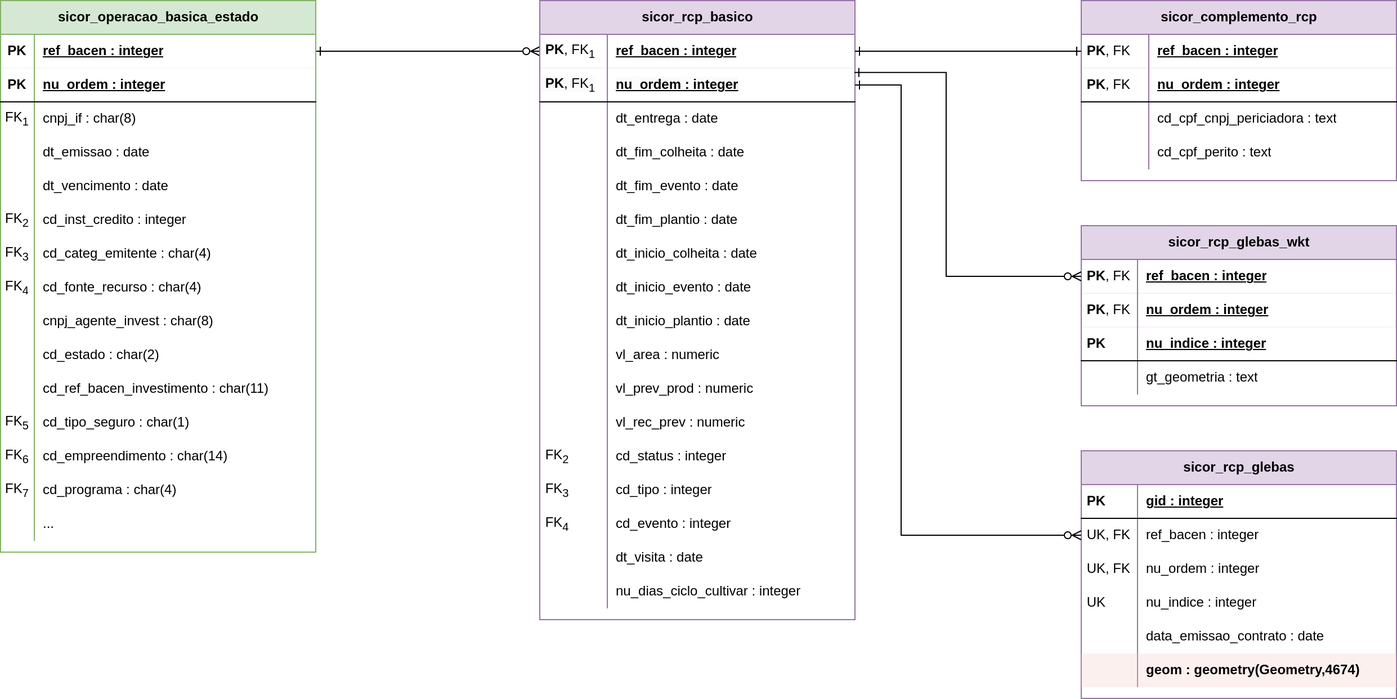
Above: _images/er-rcp.png in geo-credito-rural/geo-credito-rural.github.io (draw.io), before the change. Source tidied: cells renumbered, new cells last; positions are measured from the earlier drawing's top-left corner, leaving out a move shared by most shapes.
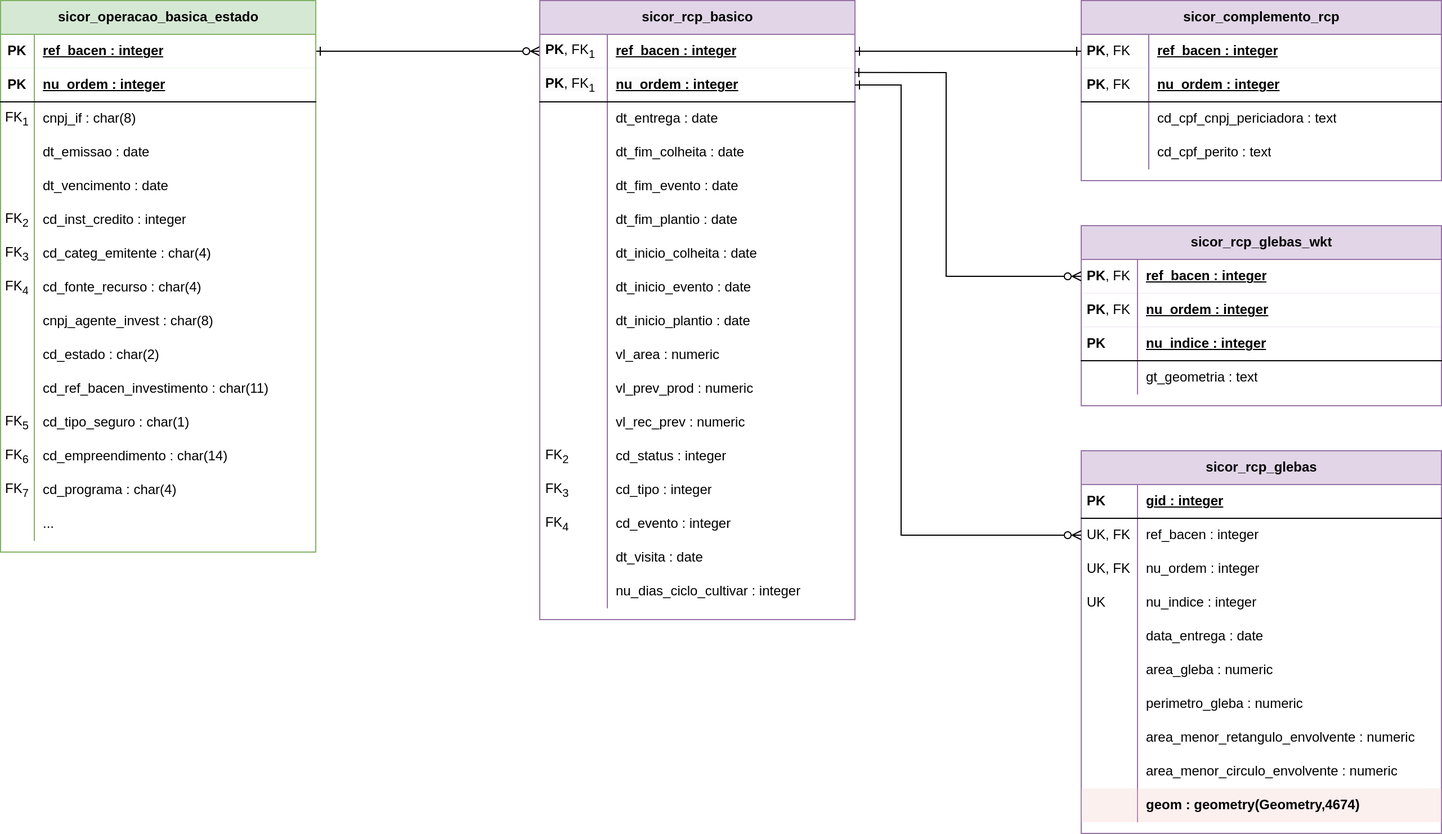
Above is the later version.

Diff of the diagram source:
```diff
@@ -302,6 +302,6 @@
     <mxCell id="101" value="sicor_complemento_rcp" style="shape=table;startSize=30;rowLines=0;fontStyle=1;align=center;html=1;fillColor=#e1d5e7;strokeColor=#9673a6;" parent="1" vertex="1">
-      <mxGeometry x="960" width="280" height="160" as="geometry" />
+      <mxGeometry x="960" width="320" height="160" as="geometry" />
     </mxCell>
     <mxCell id="102" style="shape=tableRow;horizontal=0;startSize=0;swimlaneHead=0;swimlaneBody=0;fillColor=none;points=[[0,0.5],[1,0.5]];portConstraint=eastwest;top=0;left=0;right=0;bottom=1;strokeColor=inherit;strokeWidth=0;" parent="101" vertex="1">
-      <mxGeometry y="30" width="280" height="30" as="geometry" />
+      <mxGeometry y="30" width="320" height="30" as="geometry" />
     </mxCell>
@@ -311,6 +311,6 @@
     <mxCell id="104" value="ref_bacen : integer" style="shape=partialRectangle;fillColor=none;top=0;left=0;bottom=0;right=0;align=left;spacingLeft=6;fontStyle=5;overflow=hidden;whiteSpace=wrap;html=1;strokeColor=inherit;" parent="102" vertex="1">
-      <mxGeometry x="60" width="220" height="30" as="geometry" />
+      <mxGeometry x="60" width="260" height="30" as="geometry" />
     </mxCell>
     <mxCell id="105" style="shape=tableRow;horizontal=0;startSize=0;swimlaneHead=0;swimlaneBody=0;fillColor=none;top=0;left=0;right=0;bottom=1;strokeColor=default;strokeWidth=1;" parent="101" vertex="1">
-      <mxGeometry y="60" width="280" height="30" as="geometry" />
+      <mxGeometry y="60" width="320" height="30" as="geometry" />
     </mxCell>
@@ -320,6 +320,6 @@
     <mxCell id="107" value="nu_ordem : integer" style="shape=partialRectangle;fillColor=none;top=0;left=0;bottom=0;right=0;align=left;spacingLeft=6;fontStyle=5;overflow=hidden;whiteSpace=wrap;html=1;" parent="105" vertex="1">
-      <mxGeometry x="60" width="220" height="30" as="geometry" />
+      <mxGeometry x="60" width="260" height="30" as="geometry" />
     </mxCell>
     <mxCell id="108" style="shape=tableRow;horizontal=0;startSize=0;swimlaneHead=0;swimlaneBody=0;fillColor=none;top=0;left=0;right=0;bottom=0;" parent="101" vertex="1">
-      <mxGeometry y="90" width="280" height="30" as="geometry" />
+      <mxGeometry y="90" width="320" height="30" as="geometry" />
     </mxCell>
@@ -329,6 +329,6 @@
     <mxCell id="110" value="cd_cpf_cnpj_periciadora :&amp;nbsp;&lt;span style=&quot;background-color: initial;&quot;&gt;text&lt;/span&gt;" style="shape=partialRectangle;fillColor=none;top=0;left=0;bottom=0;right=0;align=left;spacingLeft=6;overflow=hidden;whiteSpace=wrap;html=1;" parent="108" vertex="1">
-      <mxGeometry x="60" width="220" height="30" as="geometry" />
+      <mxGeometry x="60" width="260" height="30" as="geometry" />
     </mxCell>
     <mxCell id="111" style="shape=tableRow;horizontal=0;startSize=0;swimlaneHead=0;swimlaneBody=0;fillColor=none;top=0;left=0;right=0;bottom=0;" parent="101" vertex="1">
-      <mxGeometry y="120" width="280" height="30" as="geometry" />
+      <mxGeometry y="120" width="320" height="30" as="geometry" />
     </mxCell>
@@ -338,3 +338,3 @@
     <mxCell id="113" value="cd_cpf_perito :&amp;nbsp;&lt;span style=&quot;background-color: initial;&quot;&gt;text&lt;/span&gt;" style="shape=partialRectangle;fillColor=none;top=0;left=0;bottom=0;right=0;align=left;spacingLeft=6;overflow=hidden;whiteSpace=wrap;html=1;" parent="111" vertex="1">
-      <mxGeometry x="60" width="220" height="30" as="geometry" />
+      <mxGeometry x="60" width="260" height="30" as="geometry" />
     </mxCell>
@@ -349,6 +349,6 @@
     <mxCell id="115" value="sicor_rcp_glebas_wkt" style="shape=table;startSize=30;rowLines=0;fontStyle=1;align=center;html=1;fillColor=#e1d5e7;strokeColor=#9673a6;" parent="1" vertex="1">
-      <mxGeometry x="960" y="200" width="280" height="160" as="geometry" />
+      <mxGeometry x="960" y="200" width="320" height="160" as="geometry" />
     </mxCell>
     <mxCell id="116" style="shape=tableRow;horizontal=0;startSize=0;swimlaneHead=0;swimlaneBody=0;fillColor=none;points=[[0,0.5],[1,0.5]];portConstraint=eastwest;top=0;left=0;right=0;bottom=1;strokeColor=inherit;strokeWidth=0;" parent="115" vertex="1">
-      <mxGeometry y="30" width="280" height="30" as="geometry" />
+      <mxGeometry y="30" width="320" height="30" as="geometry" />
     </mxCell>
@@ -358,6 +358,6 @@
     <mxCell id="118" value="ref_bacen : integer" style="shape=partialRectangle;fillColor=none;top=0;left=0;bottom=0;right=0;align=left;spacingLeft=6;fontStyle=5;overflow=hidden;whiteSpace=wrap;html=1;strokeColor=inherit;" parent="116" vertex="1">
-      <mxGeometry x="50" width="230" height="30" as="geometry" />
+      <mxGeometry x="50" width="270" height="30" as="geometry" />
     </mxCell>
     <mxCell id="119" style="shape=tableRow;horizontal=0;startSize=0;swimlaneHead=0;swimlaneBody=0;fillColor=none;top=0;left=0;right=0;bottom=1;strokeColor=inherit;strokeWidth=0;" parent="115" vertex="1">
-      <mxGeometry y="60" width="280" height="30" as="geometry" />
+      <mxGeometry y="60" width="320" height="30" as="geometry" />
     </mxCell>
@@ -367,6 +367,6 @@
     <mxCell id="121" value="nu_ordem : integer" style="shape=partialRectangle;fillColor=none;top=0;left=0;bottom=0;right=0;align=left;spacingLeft=6;fontStyle=5;overflow=hidden;whiteSpace=wrap;html=1;strokeColor=inherit;" parent="119" vertex="1">
-      <mxGeometry x="50" width="230" height="30" as="geometry" />
+      <mxGeometry x="50" width="270" height="30" as="geometry" />
     </mxCell>
     <mxCell id="122" style="shape=tableRow;horizontal=0;startSize=0;swimlaneHead=0;swimlaneBody=0;fillColor=none;top=0;left=0;right=0;bottom=1;strokeColor=default;strokeWidth=1;" parent="115" vertex="1">
-      <mxGeometry y="90" width="280" height="30" as="geometry" />
+      <mxGeometry y="90" width="320" height="30" as="geometry" />
     </mxCell>
@@ -376,6 +376,6 @@
     <mxCell id="124" value="nu_indice : integer" style="shape=partialRectangle;fillColor=none;top=0;left=0;bottom=0;right=0;align=left;spacingLeft=6;fontStyle=5;overflow=hidden;whiteSpace=wrap;html=1;" parent="122" vertex="1">
-      <mxGeometry x="50" width="230" height="30" as="geometry" />
+      <mxGeometry x="50" width="270" height="30" as="geometry" />
     </mxCell>
     <mxCell id="125" style="shape=tableRow;horizontal=0;startSize=0;swimlaneHead=0;swimlaneBody=0;fillColor=none;top=0;left=0;right=0;bottom=0;" parent="115" vertex="1">
-      <mxGeometry y="120" width="280" height="30" as="geometry" />
+      <mxGeometry y="120" width="320" height="30" as="geometry" />
     </mxCell>
@@ -385,9 +385,9 @@
     <mxCell id="127" value="gt_geometria :&amp;nbsp;&lt;span style=&quot;background-color: initial;&quot;&gt;text&lt;/span&gt;" style="shape=partialRectangle;fillColor=none;top=0;left=0;bottom=0;right=0;align=left;spacingLeft=6;overflow=hidden;whiteSpace=wrap;html=1;" parent="125" vertex="1">
-      <mxGeometry x="50" width="230" height="30" as="geometry" />
+      <mxGeometry x="50" width="270" height="30" as="geometry" />
     </mxCell>
     <mxCell id="128" value="sicor_rcp_glebas" style="shape=table;startSize=30;rowLines=0;fontStyle=1;align=center;html=1;fillColor=#e1d5e7;strokeColor=#9673a6;" parent="1" vertex="1">
-      <mxGeometry x="960" y="400" width="280" height="220" as="geometry" />
+      <mxGeometry x="960" y="400" width="320" height="340" as="geometry" />
     </mxCell>
     <mxCell id="129" style="shape=tableRow;horizontal=0;startSize=0;swimlaneHead=0;swimlaneBody=0;fillColor=none;top=0;left=0;right=0;bottom=1;strokeColor=default;strokeWidth=1;" parent="128" vertex="1">
-      <mxGeometry y="30" width="280" height="30" as="geometry" />
+      <mxGeometry y="30" width="320" height="30" as="geometry" />
     </mxCell>
@@ -397,6 +397,6 @@
     <mxCell id="131" value="gid : integer" style="shape=partialRectangle;fillColor=none;top=0;left=0;bottom=0;right=0;align=left;spacingLeft=6;fontStyle=5;overflow=hidden;whiteSpace=wrap;html=1;" parent="129" vertex="1">
-      <mxGeometry x="50" width="230" height="30" as="geometry" />
+      <mxGeometry x="50" width="270" height="30" as="geometry" />
     </mxCell>
     <mxCell id="132" style="shape=tableRow;horizontal=0;startSize=0;swimlaneHead=0;swimlaneBody=0;fillColor=none;points=[[0,0.5],[1,0.5]];portConstraint=eastwest;top=0;left=0;right=0;bottom=0;" parent="128" vertex="1">
-      <mxGeometry y="60" width="280" height="30" as="geometry" />
+      <mxGeometry y="60" width="320" height="30" as="geometry" />
     </mxCell>
@@ -406,6 +406,6 @@
     <mxCell id="134" value="ref_bacen : integer" style="shape=partialRectangle;fillColor=none;top=0;left=0;bottom=0;right=0;align=left;spacingLeft=6;overflow=hidden;whiteSpace=wrap;html=1;" parent="132" vertex="1">
-      <mxGeometry x="50" width="230" height="30" as="geometry" />
+      <mxGeometry x="50" width="270" height="30" as="geometry" />
     </mxCell>
     <mxCell id="135" style="shape=tableRow;horizontal=0;startSize=0;swimlaneHead=0;swimlaneBody=0;fillColor=none;top=0;left=0;right=0;bottom=0;" parent="128" vertex="1">
-      <mxGeometry y="90" width="280" height="30" as="geometry" />
+      <mxGeometry y="90" width="320" height="30" as="geometry" />
     </mxCell>
@@ -415,6 +415,6 @@
     <mxCell id="137" value="nu_ordem : integer" style="shape=partialRectangle;fillColor=none;top=0;left=0;bottom=0;right=0;align=left;spacingLeft=6;overflow=hidden;whiteSpace=wrap;html=1;" parent="135" vertex="1">
-      <mxGeometry x="50" width="230" height="30" as="geometry" />
+      <mxGeometry x="50" width="270" height="30" as="geometry" />
     </mxCell>
     <mxCell id="138" style="shape=tableRow;horizontal=0;startSize=0;swimlaneHead=0;swimlaneBody=0;fillColor=none;top=0;left=0;right=0;bottom=0;" parent="128" vertex="1">
-      <mxGeometry y="120" width="280" height="30" as="geometry" />
+      <mxGeometry y="120" width="320" height="30" as="geometry" />
     </mxCell>
@@ -424,6 +424,6 @@
     <mxCell id="140" value="nu_indice : integer" style="shape=partialRectangle;fillColor=none;top=0;left=0;bottom=0;right=0;align=left;spacingLeft=6;overflow=hidden;whiteSpace=wrap;html=1;" parent="138" vertex="1">
-      <mxGeometry x="50" width="230" height="30" as="geometry" />
+      <mxGeometry x="50" width="270" height="30" as="geometry" />
     </mxCell>
     <mxCell id="141" style="shape=tableRow;horizontal=0;startSize=0;swimlaneHead=0;swimlaneBody=0;fillColor=none;top=0;left=0;right=0;bottom=0;" parent="128" vertex="1">
-      <mxGeometry y="150" width="280" height="30" as="geometry" />
+      <mxGeometry y="150" width="320" height="30" as="geometry" />
     </mxCell>
@@ -432,7 +432,7 @@
     </mxCell>
-    <mxCell id="143" value="data_emissao_contrato :&amp;nbsp;&lt;span style=&quot;background-color: initial;&quot;&gt;date&lt;/span&gt;" style="shape=partialRectangle;fillColor=none;top=0;left=0;bottom=0;right=0;align=left;spacingLeft=6;overflow=hidden;whiteSpace=wrap;html=1;" parent="141" vertex="1">
-      <mxGeometry x="50" width="230" height="30" as="geometry" />
+    <mxCell id="143" value="data_entrega :&amp;nbsp;&lt;span style=&quot;background-color: initial;&quot;&gt;date&lt;/span&gt;" style="shape=partialRectangle;fillColor=none;top=0;left=0;bottom=0;right=0;align=left;spacingLeft=6;overflow=hidden;whiteSpace=wrap;html=1;" parent="141" vertex="1">
+      <mxGeometry x="50" width="270" height="30" as="geometry" />
     </mxCell>
-    <mxCell id="144" style="shape=tableRow;horizontal=0;startSize=0;swimlaneHead=0;swimlaneBody=0;fillColor=#f8cecc;top=0;left=0;right=0;bottom=0;strokeColor=#b85450;opacity=30;" parent="128" vertex="1">
-      <mxGeometry y="180" width="280" height="30" as="geometry" />
+    <mxCell id="144" style="shape=tableRow;horizontal=0;startSize=0;swimlaneHead=0;swimlaneBody=0;fillColor=none;top=0;left=0;right=0;bottom=0;" parent="128" vertex="1">
+      <mxGeometry y="180" width="320" height="30" as="geometry" />
     </mxCell>
@@ -441,21 +441,57 @@
     </mxCell>
-    <mxCell id="146" value="geom :&amp;nbsp;&lt;span style=&quot;background-color: initial;&quot;&gt;geometry(Geometry,4674)&lt;/span&gt;" style="shape=partialRectangle;fillColor=none;top=0;left=0;bottom=0;right=0;align=left;spacingLeft=6;overflow=hidden;whiteSpace=wrap;html=1;fontStyle=1;" parent="144" vertex="1">
-      <mxGeometry x="50" width="230" height="30" as="geometry" />
+    <mxCell id="146" value="area_gleba :&amp;nbsp;&lt;span style=&quot;background-color: initial;&quot;&gt;numeric&lt;/span&gt;" style="shape=partialRectangle;fillColor=none;top=0;left=0;bottom=0;right=0;align=left;spacingLeft=6;overflow=hidden;whiteSpace=wrap;html=1;" parent="144" vertex="1">
+      <mxGeometry x="50" width="270" height="30" as="geometry" />
     </mxCell>
-    <mxCell id="147" style="edgeStyle=orthogonalEdgeStyle;rounded=0;jettySize=auto;html=1;exitX=0.998;exitY=0.13;exitDx=0;exitDy=0;entryX=0;entryY=0.5;entryDx=0;entryDy=0;startArrow=ERone;startFill=0;endArrow=ERzeroToMany;endFill=0;exitPerimeter=0;" parent="1" edge="1" source="53" target="116">
-      <mxGeometry relative="1" as="geometry">
-        <Array as="points">
-          <mxPoint x="840" y="64" />
-          <mxPoint x="840" y="245" />
-        </Array>
-      </mxGeometry>
+    <mxCell id="147" style="shape=tableRow;horizontal=0;startSize=0;swimlaneHead=0;swimlaneBody=0;fillColor=none;top=0;left=0;right=0;bottom=0;" parent="128" vertex="1">
+      <mxGeometry y="210" width="320" height="30" as="geometry" />
     </mxCell>
-    <mxCell id="148" style="edgeStyle=orthogonalEdgeStyle;rounded=0;jettySize=auto;html=1;exitX=1;exitY=0.5;exitDx=0;exitDy=0;entryX=0;entryY=0.5;entryDx=0;entryDy=0;startArrow=ERone;startFill=0;endArrow=ERzeroToMany;endFill=0;" parent="1" edge="1" source="53" target="132">
-      <mxGeometry relative="1" as="geometry">
-        <Array as="points">
-          <mxPoint x="800" y="75" />
-          <mxPoint x="800" y="475" />
-        </Array>
-      </mxGeometry>
+    <mxCell id="148" style="shape=partialRectangle;fillColor=none;top=0;left=0;bottom=0;right=0;overflow=hidden;whiteSpace=wrap;html=1;" parent="147" vertex="1">
+      <mxGeometry width="50" height="30" as="geometry" />
     </mxCell>
+    <mxCell id="149" value="perimetro_gleba :&amp;nbsp;&lt;span style=&quot;background-color: initial;&quot;&gt;numeric&lt;/span&gt;" style="shape=partialRectangle;fillColor=none;top=0;left=0;bottom=0;right=0;align=left;spacingLeft=6;overflow=hidden;whiteSpace=wrap;html=1;" parent="147" vertex="1">
+      <mxGeometry x="50" width="270" height="30" as="geometry" />
+    </mxCell>
+    <mxCell id="150" style="shape=tableRow;horizontal=0;startSize=0;swimlaneHead=0;swimlaneBody=0;fillColor=none;top=0;left=0;right=0;bottom=0;" parent="128" vertex="1">
+      <mxGeometry y="240" width="320" height="30" as="geometry" />
+    </mxCell>
+    <mxCell id="151" style="shape=partialRectangle;fillColor=none;top=0;left=0;bottom=0;right=0;overflow=hidden;whiteSpace=wrap;html=1;" parent="150" vertex="1">
+      <mxGeometry width="50" height="30" as="geometry" />
+    </mxCell>
+    <mxCell id="152" value="area_menor_retangulo_envolvente :&amp;nbsp;&lt;span style=&quot;background-color: initial;&quot;&gt;numeric&lt;/span&gt;" style="shape=partialRectangle;fillColor=none;top=0;left=0;bottom=0;right=0;align=left;spacingLeft=6;overflow=hidden;whiteSpace=wrap;html=1;" parent="150" vertex="1">
+      <mxGeometry x="50" width="270" height="30" as="geometry" />
+    </mxCell>
+    <mxCell id="153" style="shape=tableRow;horizontal=0;startSize=0;swimlaneHead=0;swimlaneBody=0;fillColor=none;top=0;left=0;right=0;bottom=0;" parent="128" vertex="1">
+      <mxGeometry y="270" width="320" height="30" as="geometry" />
+    </mxCell>
+    <mxCell id="154" style="shape=partialRectangle;fillColor=none;top=0;left=0;bottom=0;right=0;overflow=hidden;whiteSpace=wrap;html=1;" parent="153" vertex="1">
+      <mxGeometry width="50" height="30" as="geometry" />
+    </mxCell>
+    <mxCell id="155" value="area_menor_circulo_envolvente : numeric" style="shape=partialRectangle;fillColor=none;top=0;left=0;bottom=0;right=0;align=left;spacingLeft=6;overflow=hidden;whiteSpace=wrap;html=1;" parent="153" vertex="1">
+      <mxGeometry x="50" width="270" height="30" as="geometry" />
+    </mxCell>
+    <mxCell id="156" style="shape=tableRow;horizontal=0;startSize=0;swimlaneHead=0;swimlaneBody=0;fillColor=#f8cecc;top=0;left=0;right=0;bottom=0;strokeColor=#b85450;opacity=30;" parent="128" vertex="1">
+      <mxGeometry y="300" width="320" height="30" as="geometry" />
+    </mxCell>
+    <mxCell id="157" style="shape=partialRectangle;fillColor=none;top=0;left=0;bottom=0;right=0;overflow=hidden;whiteSpace=wrap;html=1;" parent="156" vertex="1">
+      <mxGeometry width="50" height="30" as="geometry" />
+    </mxCell>
+    <mxCell id="158" value="geom :&amp;nbsp;&lt;span style=&quot;background-color: initial;&quot;&gt;geometry(Geometry,4674)&lt;/span&gt;" style="shape=partialRectangle;fillColor=none;top=0;left=0;bottom=0;right=0;align=left;spacingLeft=6;overflow=hidden;whiteSpace=wrap;html=1;fontStyle=1;" parent="156" vertex="1">
+      <mxGeometry x="50" width="270" height="30" as="geometry" />
+    </mxCell>
+    <mxCell id="159" style="edgeStyle=orthogonalEdgeStyle;rounded=0;jettySize=auto;html=1;exitX=0.998;exitY=0.13;exitDx=0;exitDy=0;entryX=0;entryY=0.5;entryDx=0;entryDy=0;startArrow=ERone;startFill=0;endArrow=ERzeroToMany;endFill=0;exitPerimeter=0;" parent="1" edge="1" source="53" target="116">
+      <mxGeometry relative="1" as="geometry">
+        <Array as="points">
+          <mxPoint x="840" y="64" />
+          <mxPoint x="840" y="245" />
+        </Array>
+      </mxGeometry>
+    </mxCell>
+    <mxCell id="160" style="edgeStyle=orthogonalEdgeStyle;rounded=0;jettySize=auto;html=1;exitX=1;exitY=0.5;exitDx=0;exitDy=0;entryX=0;entryY=0.5;entryDx=0;entryDy=0;startArrow=ERone;startFill=0;endArrow=ERzeroToMany;endFill=0;" parent="1" edge="1" source="53" target="132">
+      <mxGeometry relative="1" as="geometry">
+        <Array as="points">
+          <mxPoint x="800" y="75" />
+          <mxPoint x="800" y="475" />
+        </Array>
+      </mxGeometry>
+    </mxCell>
   </root>
```
